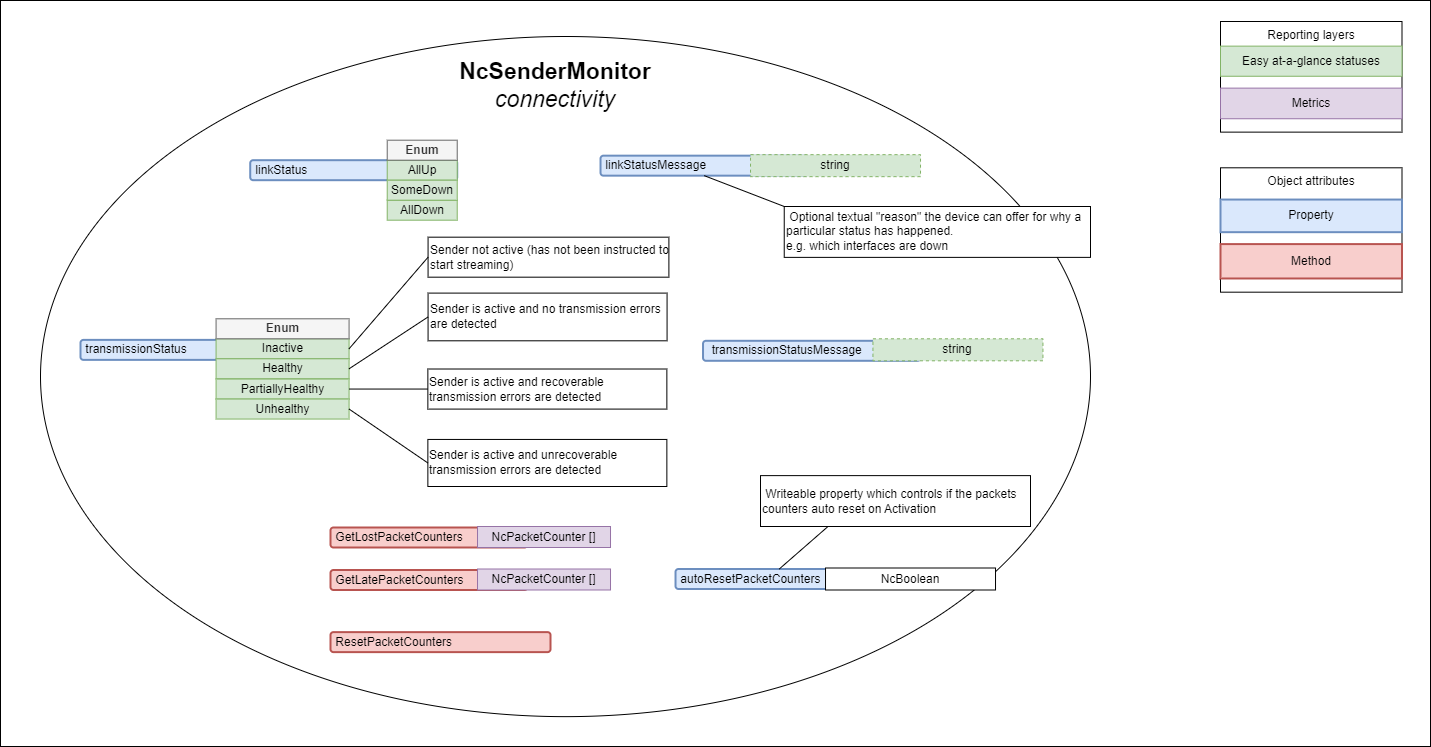
This is docs/images/sender-model-connectivity.png from AMWA-TV/bcp-008-02, a draw.io export, as it was before one commit. Source tidied: cells renumbered, new cells last; positions are measured from the earlier drawing's top-left corner, leaving out a move shared by most shapes. The source it was exported from:
```xml
<mxGraphModel>
  <root>
    <mxCell id="0" />
    <mxCell id="1" parent="0" />
    <mxCell id="2" style="rounded=0;whiteSpace=wrap;html=1;" parent="1" vertex="1">
      <mxGeometry width="1430" height="746" as="geometry" />
    </mxCell>
    <mxCell id="3" style="ellipse;whiteSpace=wrap;html=1;" parent="1" vertex="1">
      <mxGeometry x="40" y="36" width="1050" height="680.1" as="geometry" />
    </mxCell>
    <mxCell id="4" value="&amp;nbsp;&amp;nbsp;transmissionStatusMessage" style="rounded=1;whiteSpace=wrap;html=1;align=left;fillColor=#dae8fc;strokeColor=#6c8ebf;strokeWidth=2;" parent="1" vertex="1">
      <mxGeometry x="702.5" y="340.3" width="217.5" height="20" as="geometry" />
    </mxCell>
    <mxCell id="5" value="&amp;nbsp;transmissionStatus" style="rounded=1;whiteSpace=wrap;html=1;align=left;fillColor=#dae8fc;strokeColor=#6c8ebf;strokeWidth=2;" parent="1" vertex="1">
      <mxGeometry x="80" y="339.4" width="198" height="20" as="geometry" />
    </mxCell>
    <mxCell id="6" value="Reporting layers" style="rounded=0;whiteSpace=wrap;html=1;horizontal=1;verticalAlign=top;" parent="1" vertex="1">
      <mxGeometry x="1220" y="21" width="181.5" height="110.6" as="geometry" />
    </mxCell>
    <mxCell id="7" value="Easy at-a-glance statuses" style="rounded=0;whiteSpace=wrap;html=1;fillColor=#d5e8d4;strokeColor=#82b366;" parent="1" vertex="1">
      <mxGeometry x="1220" y="45.6" width="181.5" height="30.1" as="geometry" />
    </mxCell>
    <mxCell id="8" value="Metrics" style="rounded=0;whiteSpace=wrap;html=1;fillColor=#e1d5e7;strokeColor=#9673a6;" parent="1" vertex="1">
      <mxGeometry x="1220" y="87.6" width="181.5" height="30.6" as="geometry" />
    </mxCell>
    <mxCell id="9" value="Object attributes" style="rounded=0;whiteSpace=wrap;html=1;horizontal=1;verticalAlign=top;" parent="1" vertex="1">
      <mxGeometry x="1220" y="167.3" width="181.5" height="124.4" as="geometry" />
    </mxCell>
    <mxCell id="10" value="Property" style="rounded=0;whiteSpace=wrap;html=1;fillColor=#dae8fc;strokeColor=#6c8ebf;align=center;strokeWidth=2;" parent="1" vertex="1">
      <mxGeometry x="1220" y="199" width="181.5" height="32.6" as="geometry" />
    </mxCell>
    <mxCell id="11" value="Method" style="rounded=0;whiteSpace=wrap;html=1;fillColor=#f8cecc;strokeColor=#b85450;align=center;strokeWidth=2;" parent="1" vertex="1">
      <mxGeometry x="1220" y="243.6" width="181.5" height="34.4" as="geometry" />
    </mxCell>
    <mxCell id="12" value="NcSenderMonitor&lt;div&gt;&lt;span style=&quot;font-weight: normal;&quot;&gt;&lt;i&gt;connectivity&lt;/i&gt;&lt;/span&gt;&lt;/div&gt;" style="text;html=1;strokeColor=none;fillColor=none;align=center;verticalAlign=middle;whiteSpace=wrap;rounded=0;strokeWidth=1;fontSize=23;fontStyle=1;" parent="1" vertex="1">
      <mxGeometry x="431.2" y="51.9" width="247.5" height="65.6" as="geometry" />
    </mxCell>
    <mxCell id="13" value="&amp;nbsp;linkStatus" style="rounded=1;whiteSpace=wrap;html=1;align=left;fillColor=#dae8fc;strokeColor=#6c8ebf;strokeWidth=2;" parent="1" vertex="1">
      <mxGeometry x="249.7" y="159.7" width="207" height="20" as="geometry" />
    </mxCell>
    <mxCell id="14" value="AllUp" style="rounded=0;whiteSpace=wrap;html=1;fillColor=#d5e8d4;strokeColor=#82b366;" parent="1" vertex="1">
      <mxGeometry x="386.7" y="159.7" width="70" height="20" as="geometry" />
    </mxCell>
    <mxCell id="15" value="AllDown" style="rounded=0;whiteSpace=wrap;html=1;fillColor=#d5e8d4;strokeColor=#82b366;" parent="1" vertex="1">
      <mxGeometry x="386.7" y="199.7" width="70" height="20" as="geometry" />
    </mxCell>
    <mxCell id="16" value="SomeDown" style="rounded=0;whiteSpace=wrap;html=1;fillColor=#d5e8d4;strokeColor=#82b366;" parent="1" vertex="1">
      <mxGeometry x="386.7" y="179.7" width="70" height="20" as="geometry" />
    </mxCell>
    <mxCell id="17" value="Enum" style="rounded=0;whiteSpace=wrap;html=1;fillColor=#f5f5f5;strokeColor=#666666;fontStyle=1;fontColor=#333333;" parent="1" vertex="1">
      <mxGeometry x="386.7" y="139.7" width="70" height="20" as="geometry" />
    </mxCell>
    <mxCell id="18" value="Inactive" style="rounded=0;whiteSpace=wrap;html=1;fillColor=#d5e8d4;strokeColor=#82b366;" parent="1" vertex="1">
      <mxGeometry x="215.6" y="338.3" width="133" height="20" as="geometry" />
    </mxCell>
    <mxCell id="19" value="Healthy" style="rounded=0;whiteSpace=wrap;html=1;fillColor=#d5e8d4;strokeColor=#82b366;" parent="1" vertex="1">
      <mxGeometry x="215.6" y="358.3" width="133" height="20" as="geometry" />
    </mxCell>
    <mxCell id="20" value="Enum" style="rounded=0;whiteSpace=wrap;html=1;fillColor=#f5f5f5;strokeColor=#666666;fontStyle=1;fontColor=#333333;" parent="1" vertex="1">
      <mxGeometry x="215.6" y="318.3" width="133" height="20" as="geometry" />
    </mxCell>
    <mxCell id="21" value="PartiallyHealthy" style="rounded=0;whiteSpace=wrap;html=1;fillColor=#d5e8d4;strokeColor=#82b366;" parent="1" vertex="1">
      <mxGeometry x="215.6" y="378.6" width="133" height="20" as="geometry" />
    </mxCell>
    <mxCell id="22" value="Unhealthy" style="rounded=0;whiteSpace=wrap;html=1;fillColor=#d5e8d4;strokeColor=#82b366;" parent="1" vertex="1">
      <mxGeometry x="215.6" y="398.6" width="133" height="20" as="geometry" />
    </mxCell>
    <mxCell id="23" value="Sender not active (has not been instructed to start streaming)" style="text;html=1;strokeColor=default;fillColor=default;align=left;verticalAlign=middle;whiteSpace=wrap;rounded=0;" parent="1" vertex="1">
      <mxGeometry x="427.6" y="236.7" width="240.8" height="40" as="geometry" />
    </mxCell>
    <mxCell id="24" style="endArrow=none;html=1;rounded=0;entryX=0;entryY=0.5;entryDx=0;entryDy=0;exitX=1;exitY=0.5;exitDx=0;exitDy=0;" parent="1" edge="1" source="18" target="23">
      <mxGeometry relative="1" as="geometry" />
    </mxCell>
    <mxCell id="25" value="Sender is active and unrecoverable transmission errors are detected" style="text;html=1;strokeColor=default;fillColor=default;align=left;verticalAlign=middle;whiteSpace=wrap;rounded=0;" parent="1" vertex="1">
      <mxGeometry x="427.4" y="438.9" width="239" height="47.1" as="geometry" />
    </mxCell>
    <mxCell id="26" value="Sender is active and no transmission errors are detected" style="text;html=1;strokeColor=default;fillColor=default;align=left;verticalAlign=middle;whiteSpace=wrap;rounded=0;" parent="1" vertex="1">
      <mxGeometry x="427.6" y="292.6" width="239" height="47.7" as="geometry" />
    </mxCell>
    <mxCell id="27" value="Sender is active and recoverable transmission errors are detected" style="text;html=1;strokeColor=default;fillColor=default;align=left;verticalAlign=middle;whiteSpace=wrap;rounded=0;" parent="1" vertex="1">
      <mxGeometry x="427.4" y="368.5" width="239" height="40.1" as="geometry" />
    </mxCell>
    <mxCell id="28" style="endArrow=none;html=1;rounded=0;entryX=0;entryY=0.5;entryDx=0;entryDy=0;exitX=1;exitY=0.5;exitDx=0;exitDy=0;" parent="1" edge="1" source="19" target="26">
      <mxGeometry relative="1" as="geometry" />
    </mxCell>
    <mxCell id="29" style="endArrow=none;html=1;rounded=0;entryX=0;entryY=0.5;entryDx=0;entryDy=0;exitX=1;exitY=0.5;exitDx=0;exitDy=0;" parent="1" edge="1" source="21" target="27">
      <mxGeometry relative="1" as="geometry" />
    </mxCell>
    <mxCell id="30" style="endArrow=none;html=1;rounded=0;entryX=0;entryY=0.5;entryDx=0;entryDy=0;exitX=1;exitY=0.5;exitDx=0;exitDy=0;" parent="1" edge="1" source="22" target="25">
      <mxGeometry relative="1" as="geometry" />
    </mxCell>
    <mxCell id="31" value="&amp;nbsp;linkStatusMessage" style="rounded=1;whiteSpace=wrap;html=1;align=left;fillColor=#dae8fc;strokeColor=#6c8ebf;strokeWidth=2;" parent="1" vertex="1">
      <mxGeometry x="600" y="155.2" width="207.5" height="20" as="geometry" />
    </mxCell>
    <mxCell id="32" value="string" style="rounded=0;whiteSpace=wrap;html=1;dashed=1;fillColor=#d5e8d4;strokeColor=#82b366;" parent="1" vertex="1">
      <mxGeometry x="750" y="154.2" width="170" height="22" as="geometry" />
    </mxCell>
    <mxCell id="33" value="&lt;div&gt;&amp;nbsp;Optional textual &quot;reason&quot; the device can offer for why a particular status has happened.&lt;/div&gt;&lt;div&gt;e.g. which interfaces are down&lt;br&gt;&lt;/div&gt;" style="text;html=1;strokeColor=default;fillColor=default;align=left;verticalAlign=middle;whiteSpace=wrap;rounded=0;" parent="1" vertex="1">
      <mxGeometry x="783.7" y="206" width="306.3" height="50.9" as="geometry" />
    </mxCell>
    <mxCell id="34" style="endArrow=none;html=1;rounded=0;entryX=0;entryY=0;entryDx=0;entryDy=0;exitX=0.5;exitY=1;exitDx=0;exitDy=0;" parent="1" edge="1" source="31" target="33">
      <mxGeometry relative="1" as="geometry" />
    </mxCell>
    <mxCell id="35" value="&amp;nbsp;GetLostPacketCounters" style="rounded=1;whiteSpace=wrap;html=1;align=left;fillColor=#f8cecc;strokeColor=#b85450;strokeWidth=2;" parent="1" vertex="1">
      <mxGeometry x="330" y="527" width="197" height="20" as="geometry" />
    </mxCell>
    <mxCell id="36" value="string" style="rounded=0;whiteSpace=wrap;html=1;dashed=1;fillColor=#d5e8d4;strokeColor=#82b366;" parent="1" vertex="1">
      <mxGeometry x="872.4" y="338.3" width="170" height="22" as="geometry" />
    </mxCell>
    <mxCell id="37" value="NcPacketCounter []" style="rounded=0;whiteSpace=wrap;html=1;fillColor=#e1d5e7;strokeColor=#9673a6;" parent="1" vertex="1">
      <mxGeometry x="477" y="526" width="133" height="21" as="geometry" />
    </mxCell>
    <mxCell id="38" value="&amp;nbsp;GetLatePacketCounters" style="rounded=1;whiteSpace=wrap;html=1;align=left;fillColor=#f8cecc;strokeColor=#b85450;strokeWidth=2;" parent="1" vertex="1">
      <mxGeometry x="330" y="569.5" width="197" height="20" as="geometry" />
    </mxCell>
    <mxCell id="39" value="NcPacketCounter []" style="rounded=0;whiteSpace=wrap;html=1;fillColor=#e1d5e7;strokeColor=#9673a6;" parent="1" vertex="1">
      <mxGeometry x="477" y="568.5" width="133" height="21" as="geometry" />
    </mxCell>
    <mxCell id="40" value="&amp;nbsp;ResetPacketCounters" style="rounded=1;whiteSpace=wrap;html=1;align=left;fillColor=#f8cecc;strokeColor=#b85450;strokeWidth=2;" parent="1" vertex="1">
      <mxGeometry x="330" y="631.6" width="220" height="20" as="geometry" />
    </mxCell>
    <mxCell id="41" value="&amp;nbsp;autoResetPacketCounters" style="rounded=1;whiteSpace=wrap;html=1;align=left;fillColor=#dae8fc;strokeColor=#6c8ebf;strokeWidth=2;" parent="1" vertex="1">
      <mxGeometry x="675" y="568.5" width="207.5" height="20" as="geometry" />
    </mxCell>
    <mxCell id="42" value="NcBoolean" style="rounded=0;whiteSpace=wrap;html=1;" parent="1" vertex="1">
      <mxGeometry x="825" y="567.5" width="170" height="22" as="geometry" />
    </mxCell>
    <mxCell id="43" value="&amp;nbsp;Writeable property which controls if the packets counters auto reset on Activation" style="text;html=1;strokeColor=default;fillColor=default;align=left;verticalAlign=middle;whiteSpace=wrap;rounded=0;" parent="1" vertex="1">
      <mxGeometry x="760" y="475.1" width="270" height="50.9" as="geometry" />
    </mxCell>
    <mxCell id="44" style="endArrow=none;html=1;rounded=0;entryX=0.5;entryY=0;entryDx=0;entryDy=0;exitX=0.25;exitY=1;exitDx=0;exitDy=0;" parent="1" edge="1" source="43" target="41">
      <mxGeometry relative="1" as="geometry" />
    </mxCell>
  </root>
</mxGraphModel>
```
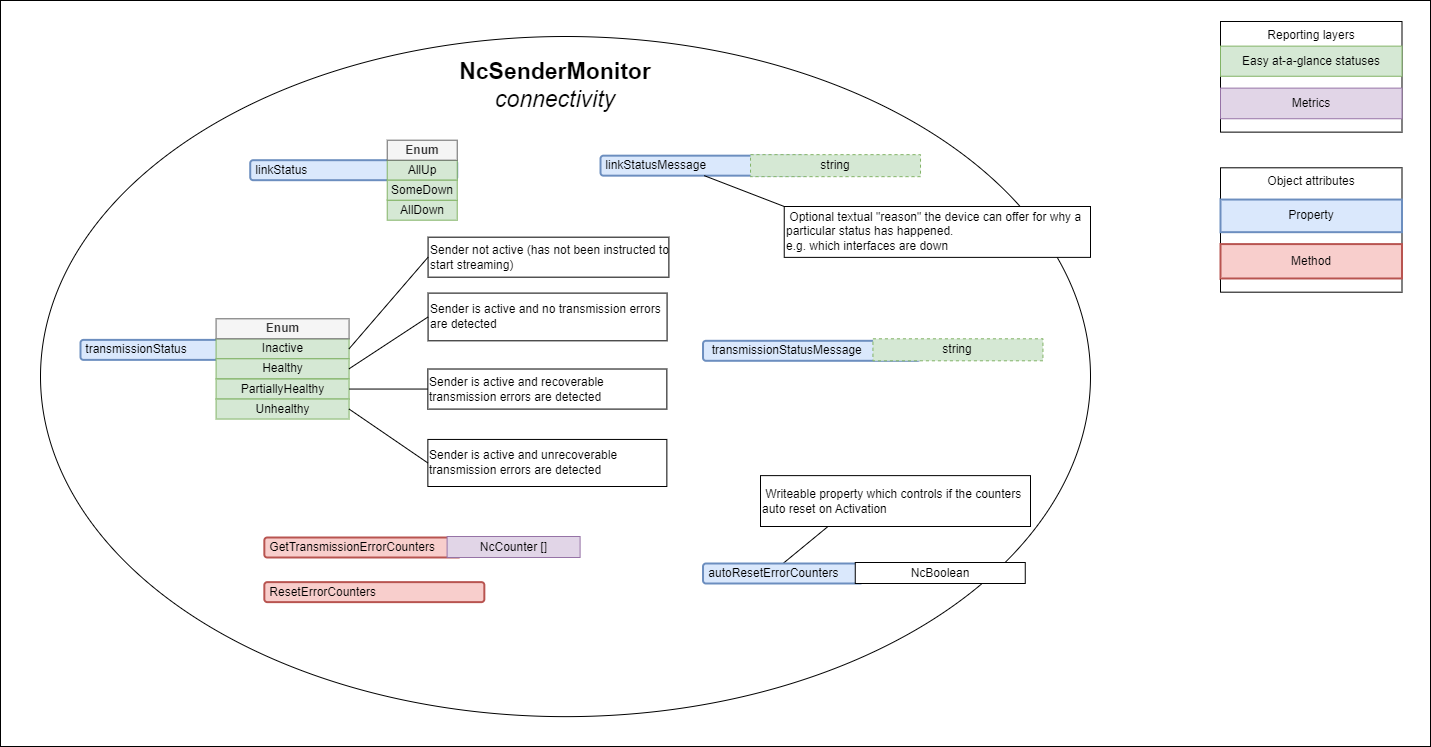
The same file after the commit.

What changed in the source:
```diff
@@ -101,35 +101,29 @@
     <mxCell id="34" style="endArrow=none;html=1;rounded=0;entryX=0;entryY=0;entryDx=0;entryDy=0;exitX=0.5;exitY=1;exitDx=0;exitDy=0;" parent="1" edge="1" source="31" target="33">
       <mxGeometry relative="1" as="geometry" />
     </mxCell>
-    <mxCell id="35" value="&amp;nbsp;GetLostPacketCounters" style="rounded=1;whiteSpace=wrap;html=1;align=left;fillColor=#f8cecc;strokeColor=#b85450;strokeWidth=2;" parent="1" vertex="1">
-      <mxGeometry x="330" y="527" width="197" height="20" as="geometry" />
-    </mxCell>
     <mxCell id="36" value="string" style="rounded=0;whiteSpace=wrap;html=1;dashed=1;fillColor=#d5e8d4;strokeColor=#82b366;" parent="1" vertex="1">
       <mxGeometry x="872.4" y="338.3" width="170" height="22" as="geometry" />
     </mxCell>
-    <mxCell id="37" value="NcPacketCounter []" style="rounded=0;whiteSpace=wrap;html=1;fillColor=#e1d5e7;strokeColor=#9673a6;" parent="1" vertex="1">
-      <mxGeometry x="477" y="526" width="133" height="21" as="geometry" />
-    </mxCell>
-    <mxCell id="38" value="&amp;nbsp;GetLatePacketCounters" style="rounded=1;whiteSpace=wrap;html=1;align=left;fillColor=#f8cecc;strokeColor=#b85450;strokeWidth=2;" parent="1" vertex="1">
-      <mxGeometry x="330" y="569.5" width="197" height="20" as="geometry" />
-    </mxCell>
-    <mxCell id="39" value="NcPacketCounter []" style="rounded=0;whiteSpace=wrap;html=1;fillColor=#e1d5e7;strokeColor=#9673a6;" parent="1" vertex="1">
-      <mxGeometry x="477" y="568.5" width="133" height="21" as="geometry" />
-    </mxCell>
-    <mxCell id="40" value="&amp;nbsp;ResetPacketCounters" style="rounded=1;whiteSpace=wrap;html=1;align=left;fillColor=#f8cecc;strokeColor=#b85450;strokeWidth=2;" parent="1" vertex="1">
-      <mxGeometry x="330" y="631.6" width="220" height="20" as="geometry" />
-    </mxCell>
-    <mxCell id="41" value="&amp;nbsp;autoResetPacketCounters" style="rounded=1;whiteSpace=wrap;html=1;align=left;fillColor=#dae8fc;strokeColor=#6c8ebf;strokeWidth=2;" parent="1" vertex="1">
-      <mxGeometry x="675" y="568.5" width="207.5" height="20" as="geometry" />
-    </mxCell>
-    <mxCell id="42" value="NcBoolean" style="rounded=0;whiteSpace=wrap;html=1;" parent="1" vertex="1">
-      <mxGeometry x="825" y="567.5" width="170" height="22" as="geometry" />
-    </mxCell>
-    <mxCell id="43" value="&amp;nbsp;Writeable property which controls if the packets counters auto reset on Activation" style="text;html=1;strokeColor=default;fillColor=default;align=left;verticalAlign=middle;whiteSpace=wrap;rounded=0;" parent="1" vertex="1">
+    <mxCell id="43" value="&amp;nbsp;Writeable property which controls if the counters auto reset on Activation" style="text;html=1;strokeColor=default;fillColor=default;align=left;verticalAlign=middle;whiteSpace=wrap;rounded=0;" parent="1" vertex="1">
       <mxGeometry x="760" y="475.1" width="270" height="50.9" as="geometry" />
     </mxCell>
-    <mxCell id="44" style="endArrow=none;html=1;rounded=0;entryX=0.5;entryY=0;entryDx=0;entryDy=0;exitX=0.25;exitY=1;exitDx=0;exitDy=0;" parent="1" edge="1" source="43" target="41">
+    <mxCell id="44" style="endArrow=none;html=1;rounded=0;entryX=0.5;entryY=0;entryDx=0;entryDy=0;exitX=0.25;exitY=1;exitDx=0;exitDy=0;" parent="1" edge="1" source="43" target="48">
       <mxGeometry relative="1" as="geometry" />
     </mxCell>
+    <mxCell id="45" value="&amp;nbsp;GetTransmissionErrorCounters" style="rounded=1;whiteSpace=wrap;html=1;align=left;fillColor=#f8cecc;strokeColor=#b85450;strokeWidth=2;" parent="1" vertex="1">
+      <mxGeometry x="263.8" y="537" width="197" height="20" as="geometry" />
+    </mxCell>
+    <mxCell id="46" value="NcCounter []" style="rounded=0;whiteSpace=wrap;html=1;fillColor=#e1d5e7;strokeColor=#9673a6;" parent="1" vertex="1">
+      <mxGeometry x="446.6" y="536" width="133" height="21" as="geometry" />
+    </mxCell>
+    <mxCell id="47" value="&amp;nbsp;ResetErrorCounters" style="rounded=1;whiteSpace=wrap;html=1;align=left;fillColor=#f8cecc;strokeColor=#b85450;strokeWidth=2;" parent="1" vertex="1">
+      <mxGeometry x="263.8" y="581.6" width="220" height="20" as="geometry" />
+    </mxCell>
+    <mxCell id="48" value="&amp;nbsp;autoResetErrorCounters" style="rounded=1;whiteSpace=wrap;html=1;align=left;fillColor=#dae8fc;strokeColor=#6c8ebf;strokeWidth=2;" parent="1" vertex="1">
+      <mxGeometry x="702.5" y="563" width="160" height="20" as="geometry" />
+    </mxCell>
+    <mxCell id="42" value="NcBoolean" style="rounded=0;whiteSpace=wrap;html=1;" parent="1" vertex="1">
+      <mxGeometry x="854.8" y="562" width="170" height="21" as="geometry" />
+    </mxCell>
   </root>
 </mxGraphModel>
```
